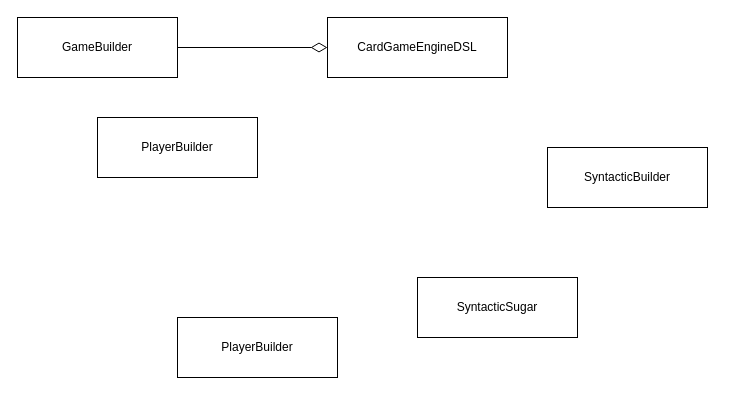
Oldranda1414/PPS-23-CGE keeps this draw.io diagram as page "dsl" (1 of 4) of docs/uml/ad_uml.drawio. Above is the earlier version. Source tidied: cells renumbered, new cells numbered last; positions are measured from the earlier drawing's top-left corner, leaving out a move shared by most shapes. Both pictures are drawn from the tidied source at 100%, with x=0, y=0 at pixel (17, 17).
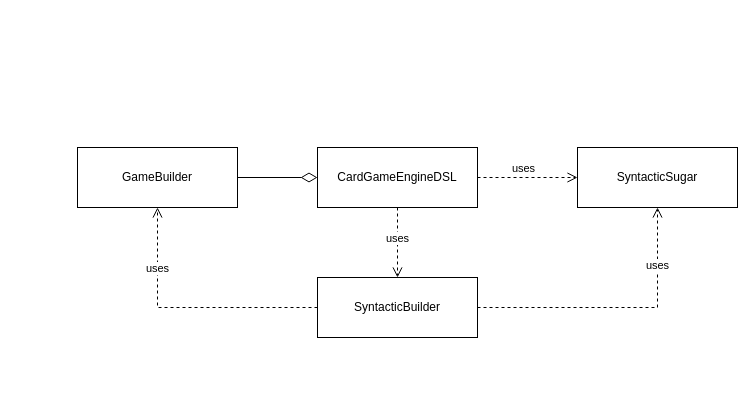
The same page after the edit.

Change to the diagram source:
```diff
@@
 <mxGraphModel>
   <root>
     <mxCell id="0" />
     <mxCell id="1" parent="0" />
     <mxCell id="2" value="CardGameEngineDSL" style="html=1;whiteSpace=wrap;" parent="1" vertex="1">
-      <mxGeometry x="310" width="180" height="60" as="geometry" />
+      <mxGeometry x="300" y="130" width="160" height="60" as="geometry" />
     </mxCell>
     <mxCell id="3" value="SyntacticSugar" style="html=1;whiteSpace=wrap;" parent="1" vertex="1">
-      <mxGeometry x="400" y="260" width="160" height="60" as="geometry" />
+      <mxGeometry x="560" y="130" width="160" height="60" as="geometry" />
     </mxCell>
     <mxCell id="4" value="SyntacticBuilder" style="html=1;whiteSpace=wrap;" parent="1" vertex="1">
-      <mxGeometry x="530" y="130" width="160" height="60" as="geometry" />
+      <mxGeometry x="300" y="260" width="160" height="60" as="geometry" />
     </mxCell>
     <mxCell id="5" value="GameBuilder" style="html=1;whiteSpace=wrap;" parent="1" vertex="1">
-      <mxGeometry width="160" height="60" as="geometry" />
+      <mxGeometry x="60" y="130" width="160" height="60" as="geometry" />
     </mxCell>
-    <mxCell id="6" value="PlayerBuilder" style="html=1;whiteSpace=wrap;" parent="1" vertex="1">
-      <mxGeometry x="80" y="100" width="160" height="60" as="geometry" />
-    </mxCell>
     <mxCell id="7" style="endArrow=none;html=1;endSize=12;startArrow=diamondThin;startSize=14;startFill=0;edgeStyle=orthogonalEdgeStyle;align=left;verticalAlign=bottom;rounded=0;endFill=0;" parent="1" edge="1" source="2" target="5">
       <mxGeometry x="-0.62" y="30" relative="1" as="geometry" />
     </mxCell>
-    <mxCell id="8" value="PlayerBuilder" style="html=1;whiteSpace=wrap;" parent="1" vertex="1">
-      <mxGeometry x="160" y="300" width="160" height="60" as="geometry" />
-    </mxCell>
+    <mxCell id="9" value="uses" style="html=1;verticalAlign=bottom;endArrow=open;dashed=1;endSize=8;rounded=0;edgeStyle=orthogonalEdgeStyle;exitX=1;exitY=0.5;exitDx=0;exitDy=0;" parent="1" edge="1" source="2" target="3">
+      <mxGeometry x="-0.09" relative="1" as="geometry">
+        <Array as="points">
+          <mxPoint x="570" y="160" />
+          <mxPoint x="570" y="160" />
+        </Array>
+      </mxGeometry>
+    </mxCell>
+    <mxCell id="10" value="uses" style="html=1;verticalAlign=bottom;endArrow=open;dashed=1;endSize=8;rounded=0;edgeStyle=orthogonalEdgeStyle;" parent="1" edge="1" source="2" target="4">
+      <mxGeometry x="0.14" relative="1" as="geometry">
+        <Array as="points">
+          <mxPoint x="390" y="310" />
+          <mxPoint x="390" y="310" />
+        </Array>
+      </mxGeometry>
+    </mxCell>
+    <mxCell id="11" value="uses" style="html=1;verticalAlign=bottom;endArrow=open;dashed=1;endSize=8;rounded=0;edgeStyle=orthogonalEdgeStyle;" parent="1" edge="1" source="4" target="3">
+      <mxGeometry x="0.52" relative="1" as="geometry" />
+    </mxCell>
+    <mxCell id="12" value="uses" style="html=1;verticalAlign=bottom;endArrow=open;dashed=1;endSize=8;rounded=0;edgeStyle=orthogonalEdgeStyle;" parent="1" edge="1" source="4" target="5">
+      <mxGeometry x="0.46" relative="1" as="geometry" />
+    </mxCell>
   </root>
 </mxGraphModel>
```
